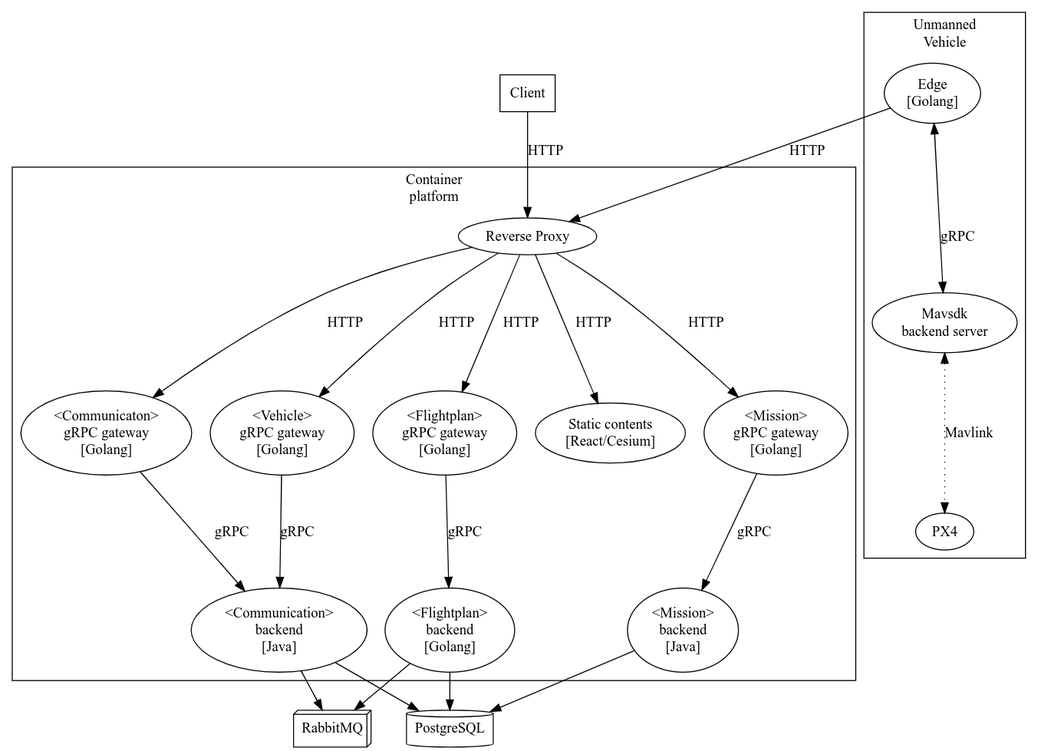
The Graphviz diagram assets/generated/simple_architecture.png in Tomofiles/skysign_cloud_v2, before a commit. Its source is kept beside it as assets/simple_architecture.gv.
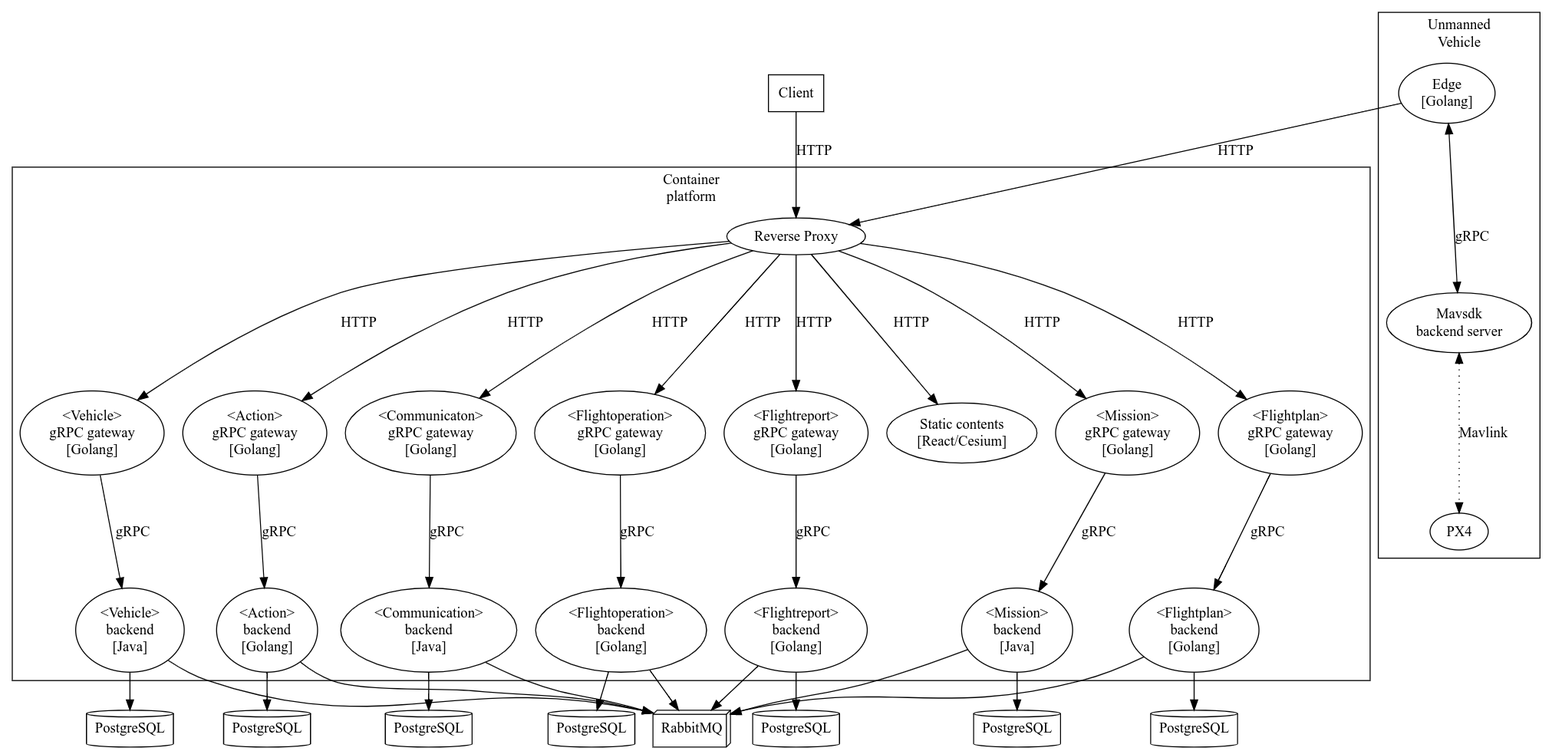
The same diagram one commit later.

The edit, as a diff of the source:
```diff
@@ -4,10 +4,23 @@
   HTTPFrontend2 [label="<Mission>\ngRPC gateway\n[Golang]"];
   HTTPFrontend3 [label="<Vehicle>\ngRPC gateway\n[Golang]"];
   HTTPFrontend4 [label="<Flightplan>\ngRPC gateway\n[Golang]"];
+  HTTPFrontend5 [label="<Flightoperation>\ngRPC gateway\n[Golang]"];
+  HTTPFrontend6 [label="<Flightreport>\ngRPC gateway\n[Golang]"];
+  HTTPFrontend7 [label="<Action>\ngRPC gateway\n[Golang]"];
   MissionsBackend [label="<Mission>\nbackend\n[Java]"];
   CommunicationBackend [label="<Communication>\nbackend\n[Java]"];
+  VehicleBackend [label="<Vehicle>\nbackend\n[Java]"];
   FlightplanBackend [label="<Flightplan>\nbackend\n[Golang]"];
-  PostgreSQL [label="PostgreSQL", shape=cylinder];
+  FlightoperationBackend [label="<Flightoperation>\nbackend\n[Golang]"];
+  FlightreportBackend [label="<Flightreport>\nbackend\n[Golang]"];
+  ActionBackend [label="<Action>\nbackend\n[Golang]"];
+  PostgreSQL1 [label="PostgreSQL", shape=cylinder];
+  PostgreSQL2 [label="PostgreSQL", shape=cylinder];
+  PostgreSQL3 [label="PostgreSQL", shape=cylinder];
+  PostgreSQL4 [label="PostgreSQL", shape=cylinder];
+  PostgreSQL5 [label="PostgreSQL", shape=cylinder];
+  PostgreSQL6 [label="PostgreSQL", shape=cylinder];
+  PostgreSQL7 [label="PostgreSQL", shape=cylinder];
   RabbitMQ [label="RabbitMQ", shape=box3d];
   ReverseProxy [label="Reverse Proxy"];
   StaticContents [label="Static contents\n[React/Cesium]"];
@@ -18,25 +31,40 @@
   Client -> ReverseProxy [label="HTTP"];
   Edge_ -> ReverseProxy [label="HTTP"];
 
-  CommunicationBackend -> PostgreSQL;
-  MissionsBackend -> PostgreSQL;
-  FlightplanBackend -> PostgreSQL;
+  VehicleBackend -> PostgreSQL1;
+  CommunicationBackend -> PostgreSQL2;
+  MissionsBackend -> PostgreSQL3;
+  FlightplanBackend -> PostgreSQL4;
+  FlightoperationBackend -> PostgreSQL5;
+  FlightreportBackend -> PostgreSQL6;
+  ActionBackend -> PostgreSQL7;
 
+  VehicleBackend -> RabbitMQ;
   CommunicationBackend -> RabbitMQ;
+  MissionsBackend -> RabbitMQ;
   FlightplanBackend -> RabbitMQ;
+  FlightoperationBackend -> RabbitMQ;
+  FlightreportBackend -> RabbitMQ;
+  ActionBackend -> RabbitMQ;
 
   subgraph cluster_0 {
     label="Container\nplatform";
+    ReverseProxy -> StaticContents [label="HTTP"];
     ReverseProxy -> HTTPFrontend1 [label="HTTP"];
     ReverseProxy -> HTTPFrontend2 [label="HTTP"];
-    ReverseProxy -> StaticContents [label="HTTP"];
     ReverseProxy -> HTTPFrontend3 [label="HTTP"];
     ReverseProxy -> HTTPFrontend4 [label="HTTP"];
+    ReverseProxy -> HTTPFrontend5 [label="HTTP"];
+    ReverseProxy -> HTTPFrontend6 [label="HTTP"];
+    ReverseProxy -> HTTPFrontend7 [label="HTTP"];
 
     HTTPFrontend1 -> CommunicationBackend [label="gRPC"];
     HTTPFrontend2 -> MissionsBackend [label="gRPC"];
-    HTTPFrontend3 -> CommunicationBackend [label="gRPC"];
+    HTTPFrontend3 -> VehicleBackend [label="gRPC"];
     HTTPFrontend4 -> FlightplanBackend [label="gRPC"];
+    HTTPFrontend5 -> FlightoperationBackend [label="gRPC"];
+    HTTPFrontend6 -> FlightreportBackend [label="gRPC"];
+    HTTPFrontend7 -> ActionBackend [label="gRPC"];
   }
 
   subgraph cluster_1 {
```
